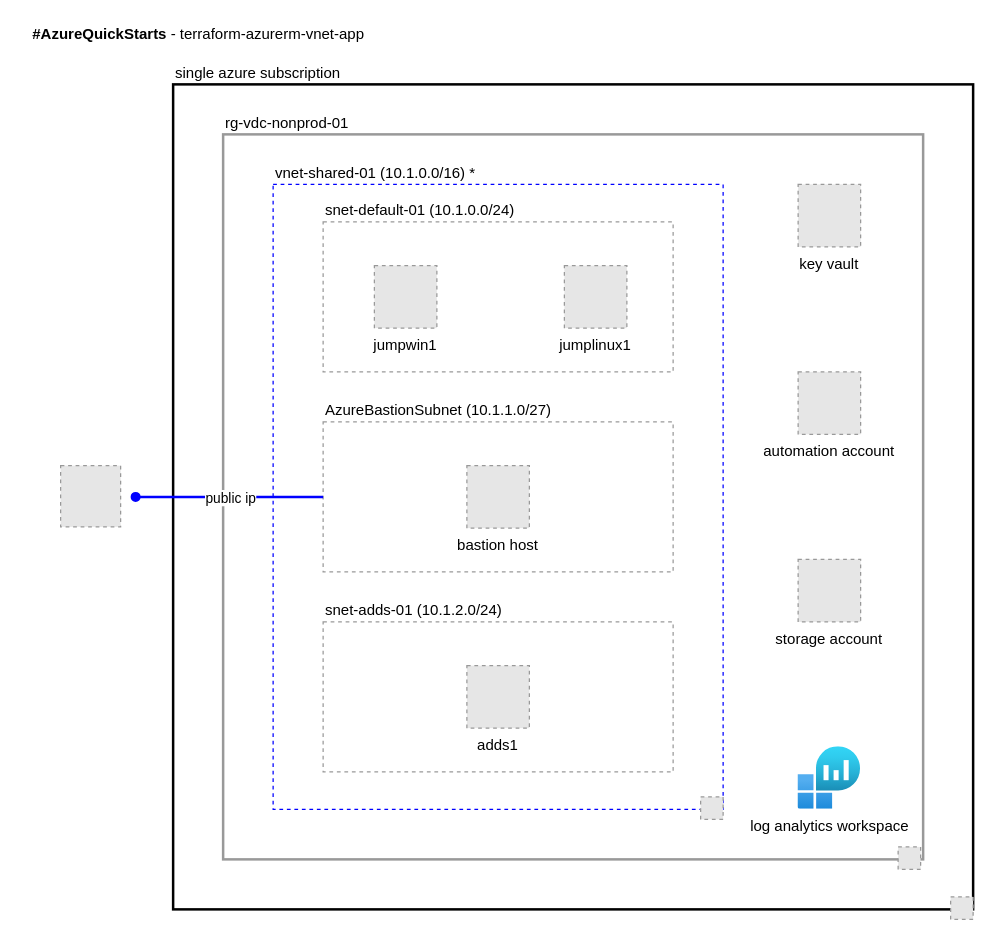
doherty100/azuresandbox keeps this draw.io diagram as terraform-azurerm-vnet-app/vnet-app-diagram.drawio. Above is the earlier version. Source tidied: cells renumbered, new cells numbered last; positions are measured from the earlier drawing's top-left corner, leaving out a move shared by most shapes. Both pictures are drawn from the tidied source at 125%, with x=0, y=0 at pixel (22, 21). Pictures stored in the file or linked from it are replaced by grey dashed boxes.
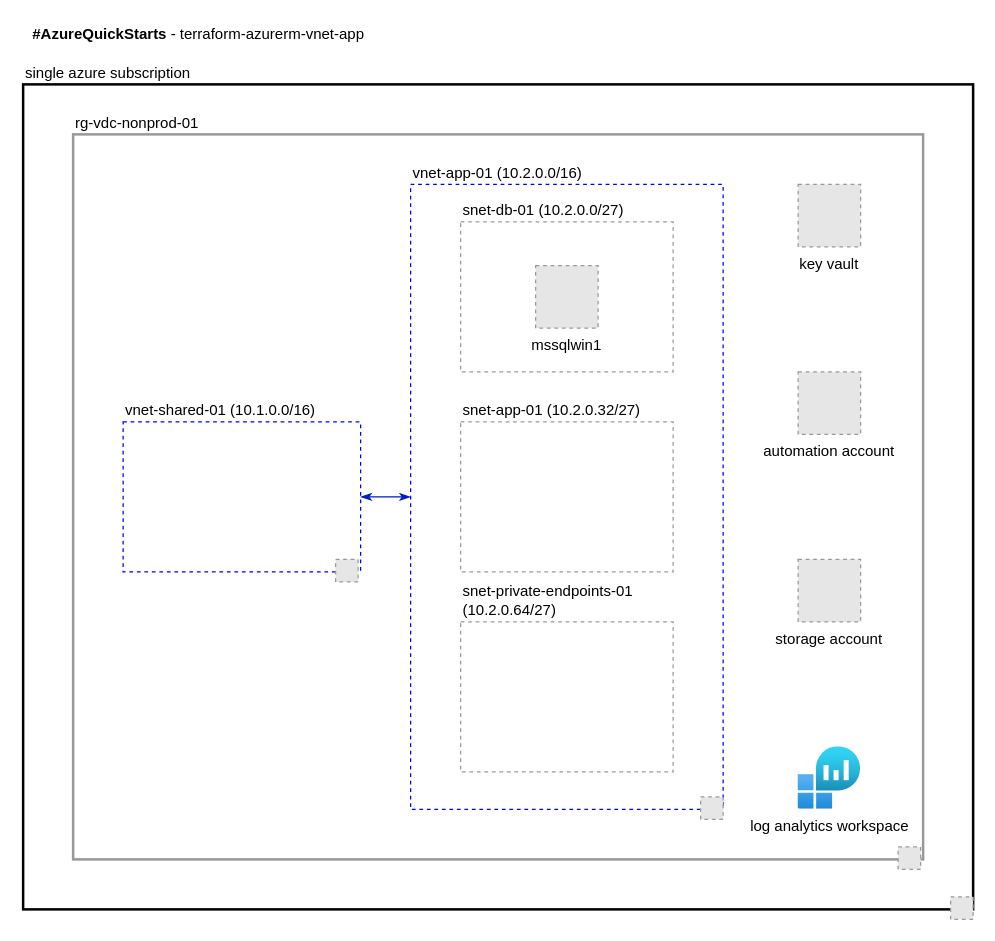
After the change.

What changed in the source:
```diff
@@
+    <mxCell id="3" value="single azure subscription" style="rounded=0;whiteSpace=wrap;html=1;labelBackgroundColor=none;fontColor=#000000;strokeWidth=2;fillColor=none;align=left;strokeColor=#000000;labelPosition=center;verticalLabelPosition=top;verticalAlign=bottom;" parent="1" vertex="1">
+      <mxGeometry y="50" width="760" height="660" as="geometry" />
+    </mxCell>
     <mxCell id="2" value="rg-vdc-nonprod-01" style="rounded=0;whiteSpace=wrap;html=1;fillColor=none;strokeColor=#999999;strokeWidth=2;fontColor=#000000;labelPosition=center;verticalLabelPosition=top;align=left;verticalAlign=bottom;" parent="1" vertex="1">
-      <mxGeometry x="160" y="90" width="560" height="580" as="geometry" />
+      <mxGeometry x="40" y="90" width="680" height="580" as="geometry" />
     </mxCell>
-    <mxCell id="3" value="single azure subscription" style="rounded=0;whiteSpace=wrap;html=1;labelBackgroundColor=none;fontColor=#000000;strokeWidth=2;fillColor=none;align=left;strokeColor=#000000;labelPosition=center;verticalLabelPosition=top;verticalAlign=bottom;" parent="1" vertex="1">
-      <mxGeometry x="120" y="50" width="640" height="660" as="geometry" />
-    </mxCell>
-    <mxCell id="4" value="&lt;span&gt;vnet-shared-01 (10.1.0.0/16) *&lt;/span&gt;" style="rounded=0;whiteSpace=wrap;html=1;dashed=1;fontColor=#000000;fillColor=none;align=left;strokeColor=#0000FF;labelPosition=center;verticalLabelPosition=top;verticalAlign=bottom;" parent="1" vertex="1">
-      <mxGeometry x="200" y="130" width="360" height="500" as="geometry" />
+    <mxCell id="4" value="&lt;span&gt;vnet-app-01 (10.2.0.0/16)&lt;/span&gt;" style="rounded=0;whiteSpace=wrap;html=1;dashed=1;fontColor=#000000;fillColor=none;align=left;strokeColor=#0000FF;labelPosition=center;verticalLabelPosition=top;verticalAlign=bottom;" parent="1" vertex="1">
+      <mxGeometry x="310" y="130" width="250" height="500" as="geometry" />
     </mxCell>
+    <mxCell id="20" value="snet-db-01 (10.2.0.0/27)" style="rounded=0;whiteSpace=wrap;html=1;dashed=1;fontColor=#000000;fillColor=none;align=left;strokeColor=#999999;labelPosition=center;verticalLabelPosition=top;verticalAlign=bottom;" parent="1" vertex="1">
+      <mxGeometry x="350" y="160" width="170" height="120" as="geometry" />
+    </mxCell>
-    <mxCell id="5" value="snet-adds-01 (10.1.2.0/24)" style="rounded=0;whiteSpace=wrap;html=1;dashed=1;fontColor=#000000;fillColor=none;align=left;strokeColor=#999999;labelPosition=center;verticalLabelPosition=top;verticalAlign=bottom;" parent="1" vertex="1">
-      <mxGeometry x="240" y="480" width="280" height="120" as="geometry" />
+    <mxCell id="5" value="snet-private-endpoints-01 (10.2.0.64/27)" style="rounded=0;whiteSpace=wrap;html=1;dashed=1;fontColor=#000000;fillColor=none;align=left;strokeColor=#999999;labelPosition=center;verticalLabelPosition=top;verticalAlign=bottom;" parent="1" vertex="1">
+      <mxGeometry x="350" y="480" width="170" height="120" as="geometry" />
     </mxCell>
-    <mxCell id="6" value="AzureBastionSubnet (10.1.1.0/27)" style="rounded=0;whiteSpace=wrap;html=1;dashed=1;fontColor=#000000;fillColor=none;align=left;strokeColor=#999999;labelPosition=center;verticalLabelPosition=top;verticalAlign=bottom;" parent="1" vertex="1">
-      <mxGeometry x="240" y="320" width="280" height="120" as="geometry" />
+    <mxCell id="6" value="snet-app-01 (10.2.0.32/27)" style="rounded=0;whiteSpace=wrap;html=1;dashed=1;fontColor=#000000;fillColor=none;align=left;strokeColor=#999999;labelPosition=center;verticalLabelPosition=top;verticalAlign=bottom;" parent="1" vertex="1">
+      <mxGeometry x="350" y="320" width="170" height="120" as="geometry" />
     </mxCell>
-    <mxCell id="7" value="bastion host" style="fillColor=#E6E6E6;strokeColor=#999999;dashed=1;verticalLabelPosition=bottom;verticalAlign=top;fontColor=#000000;labelPosition=center;align=center;" parent="1" vertex="1">
-      <mxGeometry x="355" y="355" width="50" height="50" as="geometry" />
-    </mxCell>
-    <mxCell id="8" value="adds1" style="fillColor=#E6E6E6;strokeColor=#999999;dashed=1;verticalLabelPosition=bottom;verticalAlign=top;fontColor=#000000;labelPosition=center;align=center;" parent="1" vertex="1">
-      <mxGeometry x="355" y="515" width="50" height="50" as="geometry" />
+    <mxCell id="8" value="mssqlwin1" style="fillColor=#E6E6E6;strokeColor=#999999;dashed=1;verticalLabelPosition=bottom;verticalAlign=top;fontColor=#000000;labelPosition=center;align=center;" parent="1" vertex="1">
+      <mxGeometry x="410" y="195" width="50" height="50" as="geometry" />
     </mxCell>
@@
-    <mxCell id="10" value="automation account" style="fillColor=#E6E6E6;strokeColor=#999999;dashed=1;verticalLabelPosition=bottom;verticalAlign=top;fontColor=#000000;" parent="1" vertex="1">
-      <mxGeometry x="620" y="280" width="50" height="50" as="geometry" />
-    </mxCell>
@@
+    <mxCell id="13" style="edgeStyle=orthogonalEdgeStyle;rounded=0;orthogonalLoop=1;jettySize=auto;html=1;exitX=0.5;exitY=1;exitDx=0;exitDy=0;fontColor=#000000;endArrow=oval;endFill=1;strokeColor=#0000FF;strokeWidth=2;" parent="1" edge="1">
+      <mxGeometry relative="1" as="geometry">
+        <mxPoint x="645" y="330" as="sourcePoint" />
+        <mxPoint x="645" y="330" as="targetPoint" />
+      </mxGeometry>
+    </mxCell>
+    <mxCell id="16" style="fillColor=#E6E6E6;strokeColor=#999999;dashed=1;verticalLabelPosition=bottom;verticalAlign=top;labelBackgroundColor=none;fontColor=#000000;" parent="1" vertex="1">
+      <mxGeometry x="742" y="700" width="18" height="18" as="geometry" />
+    </mxCell>
+    <mxCell id="19" value="&lt;b&gt;#AzureQuickStarts&lt;/b&gt;&amp;nbsp;- terraform-azurerm-vnet-app" style="text;html=1;align=center;verticalAlign=middle;fillColor=none;strokeColor=none;rounded=0;labelBackgroundColor=none;fontColor=#000000;" parent="1" vertex="1">
+      <mxGeometry width="280" height="20" as="geometry" />
+    </mxCell>
+    <mxCell id="22" value="automation account" style="fillColor=#E6E6E6;strokeColor=#999999;dashed=1;verticalLabelPosition=bottom;verticalAlign=top;fontColor=#000000;" parent="1" vertex="1">
+      <mxGeometry x="620" y="280" width="50" height="50" as="geometry" />
+    </mxCell>
@@
-    <mxCell id="13" style="edgeStyle=orthogonalEdgeStyle;rounded=0;orthogonalLoop=1;jettySize=auto;html=1;exitX=0.5;exitY=1;exitDx=0;exitDy=0;fontColor=#000000;endArrow=oval;endFill=1;strokeColor=#0000FF;strokeWidth=2;" parent="1" edge="1" source="10" target="10">
-      <mxGeometry relative="1" as="geometry" />
-    </mxCell>
@@
-    <mxCell id="16" style="fillColor=#E6E6E6;strokeColor=#999999;dashed=1;verticalLabelPosition=bottom;verticalAlign=top;labelBackgroundColor=none;fontColor=#000000;" parent="1" vertex="1">
-      <mxGeometry x="742" y="700" width="18" height="18" as="geometry" />
-    </mxCell>
-    <mxCell id="17" value="public ip" style="edgeStyle=orthogonalEdgeStyle;rounded=0;jettySize=auto;html=1;exitX=0;exitY=0.5;exitDx=0;exitDy=0;strokeColor=#0000FF;strokeWidth=2;endArrow=oval;endFill=1;labelBackgroundColor=#FFFFFF;fontColor=#000000;" parent="1" edge="1" source="6">
-      <mxGeometry relative="1" as="geometry">
-        <mxPoint x="90" y="380" as="targetPoint" />
-      </mxGeometry>
-    </mxCell>
-    <mxCell id="18" style="fillColor=#E6E6E6;strokeColor=#999999;dashed=1;verticalLabelPosition=bottom;verticalAlign=top;labelBackgroundColor=none;fontColor=#000000;" parent="1" vertex="1">
-      <mxGeometry x="30" y="355" width="48" height="49" as="geometry" />
-    </mxCell>
-    <mxCell id="19" value="&lt;b&gt;#AzureQuickStarts&lt;/b&gt;&amp;nbsp;- terraform-azurerm-vnet-app" style="text;html=1;align=center;verticalAlign=middle;fillColor=none;strokeColor=none;rounded=0;labelBackgroundColor=none;fontColor=#000000;" parent="1" vertex="1">
-      <mxGeometry width="280" height="20" as="geometry" />
-    </mxCell>
-    <mxCell id="20" value="snet-default-01 (10.1.0.0/24)" style="rounded=0;whiteSpace=wrap;html=1;dashed=1;fontColor=#000000;fillColor=none;align=left;strokeColor=#999999;labelPosition=center;verticalLabelPosition=top;verticalAlign=bottom;" parent="1" vertex="1">
-      <mxGeometry x="240" y="160" width="280" height="120" as="geometry" />
-    </mxCell>
-    <mxCell id="21" value="jumpwin1" style="fillColor=#E6E6E6;strokeColor=#999999;dashed=1;verticalLabelPosition=bottom;verticalAlign=top;fontColor=#000000;labelPosition=center;align=center;" parent="1" vertex="1">
-      <mxGeometry x="281" y="195" width="50" height="50" as="geometry" />
-    </mxCell>
-    <mxCell id="22" value="jumplinux1" style="fillColor=#E6E6E6;strokeColor=#999999;dashed=1;verticalLabelPosition=bottom;verticalAlign=top;fontColor=#000000;labelPosition=center;align=center;" parent="1" vertex="1">
-      <mxGeometry x="433" y="195" width="50" height="50" as="geometry" />
-    </mxCell>
+    <mxCell id="23" style="edgeStyle=orthogonalEdgeStyle;rounded=0;jettySize=auto;html=1;exitX=1;exitY=0.5;exitDx=0;exitDy=0;entryX=0;entryY=0.5;entryDx=0;entryDy=0;fillColor=#0050ef;strokeColor=#001DBC;startArrow=classicThin;startFill=1;endArrow=classicThin;endFill=1;" parent="1" edge="1" source="24" target="4">
+      <mxGeometry relative="1" as="geometry" />
+    </mxCell>
+    <mxCell id="24" value="vnet-shared-01 (10.1.0.0/16)" style="rounded=0;whiteSpace=wrap;html=1;dashed=1;fontColor=#000000;fillColor=none;align=left;strokeColor=#0000FF;labelPosition=center;verticalLabelPosition=top;verticalAlign=bottom;" parent="1" vertex="1">
+      <mxGeometry x="80" y="320" width="190" height="120" as="geometry" />
+    </mxCell>
+    <mxCell id="25" style="fillColor=#E6E6E6;strokeColor=#999999;dashed=1;verticalLabelPosition=bottom;verticalAlign=top;fontColor=#000000;" parent="1" vertex="1">
+      <mxGeometry x="250" y="430" width="18" height="18" as="geometry" />
+    </mxCell>
```
